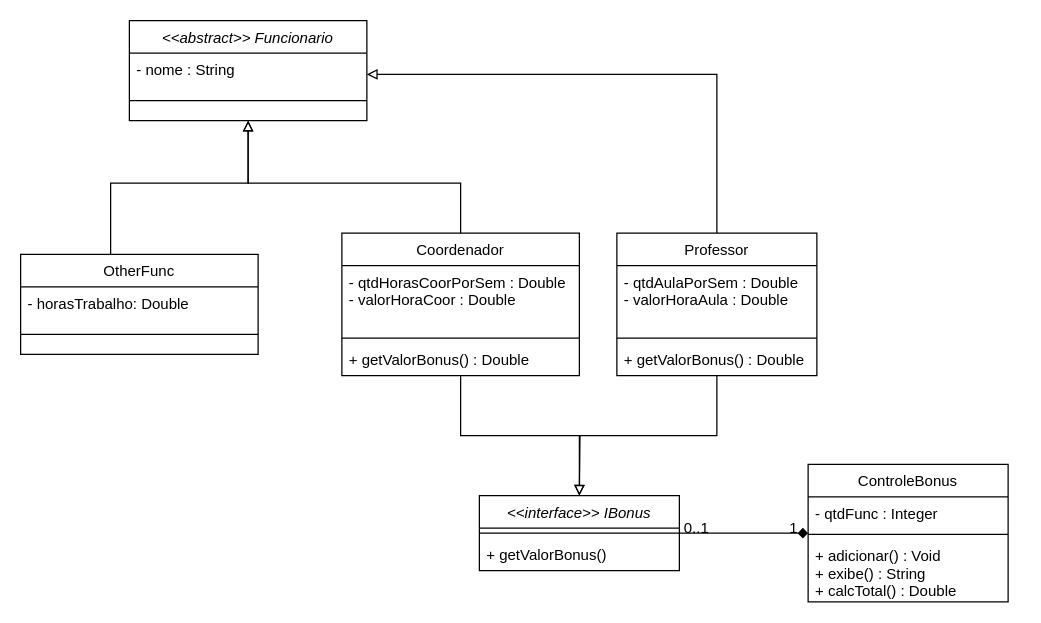
The draw.io diagram Estrutura de Dados/Diagrama sem nome.drawio in Sant-Thiago/Estudos, before the edit. Source tidied: cells renumbered, new cells numbered last; positions are measured from the earlier drawing's top-left corner, leaving out a move shared by most shapes. Both pictures are drawn from the tidied source at 125%, with x=0, y=0 at pixel (20, 20).
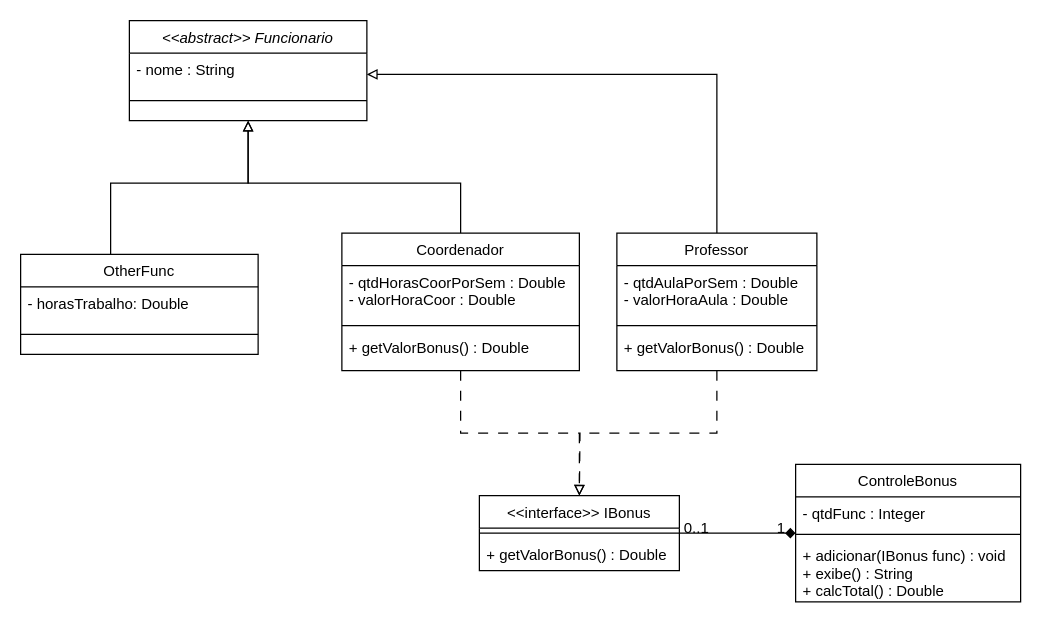
After the change.

The edit, as a diff of the source:
```diff
@@
-    <mxCell id="2" style="edgeStyle=orthogonalEdgeStyle;rounded=0;jettySize=auto;html=1;endArrow=block;endFill=0;" parent="1" edge="1" source="7" target="3">
+    <mxCell id="2" style="edgeStyle=orthogonalEdgeStyle;rounded=0;jettySize=auto;html=1;endArrow=block;endFill=0;dashed=1;dashPattern=8 8;" parent="1" edge="1" source="7" target="3">
       <mxGeometry relative="1" as="geometry" />
     </mxCell>
-    <mxCell id="3" value="&lt;&lt;interface&gt;&gt; IBonus&#10;" style="swimlane;fontStyle=2;align=center;verticalAlign=top;horizontal=1;startSize=26;rounded=0;shadow=0;strokeWidth=1;" parent="1" vertex="1">
+    <mxCell id="3" value="&lt;&lt;interface&gt;&gt; IBonus" style="swimlane;fontStyle=0;align=center;verticalAlign=top;horizontal=1;startSize=26;rounded=0;shadow=0;strokeWidth=1;" parent="1" vertex="1">
       <mxGeometry x="367" y="380" width="160" height="60" as="geometry" />
     </mxCell>
@@
-    <mxCell id="5" value="+ getValorBonus()" style="text;align=left;verticalAlign=top;spacingLeft=4;spacingRight=4;overflow=hidden;" parent="3" vertex="1">
+    <mxCell id="5" value="+ getValorBonus() : Double" style="text;align=left;verticalAlign=top;spacingLeft=4;spacingRight=4;overflow=hidden;" parent="3" vertex="1">
       <mxGeometry y="34" width="160" height="26" as="geometry" />
     </mxCell>
@@
     <mxCell id="7" value="Professor" style="swimlane;fontStyle=0;align=center;verticalAlign=top;horizontal=1;startSize=26;rounded=0;shadow=0;strokeWidth=1;" parent="1" vertex="1">
-      <mxGeometry x="477" y="170" width="160" height="114" as="geometry" />
+      <mxGeometry x="477" y="170" width="160" height="110" as="geometry" />
     </mxCell>
     <mxCell id="8" value="- qtdAulaPorSem : Double&#10;- valorHoraAula : Double" style="text;align=left;verticalAlign=top;spacingLeft=4;spacingRight=4;overflow=hidden;" parent="7" vertex="1">
-      <mxGeometry y="26" width="160" height="54" as="geometry" />
+      <mxGeometry y="26" width="160" height="44" as="geometry" />
     </mxCell>
     <mxCell id="9" style="line;html=1;strokeWidth=1;align=left;verticalAlign=middle;spacingTop=-1;spacingLeft=3;spacingRight=3;labelPosition=right;" parent="7" vertex="1">
-      <mxGeometry y="80" width="160" height="8" as="geometry" />
+      <mxGeometry y="70" width="160" height="8" as="geometry" />
     </mxCell>
     <mxCell id="10" value="+ getValorBonus() : Double" style="text;align=left;verticalAlign=top;spacingLeft=4;spacingRight=4;overflow=hidden;" parent="7" vertex="1">
-      <mxGeometry y="88" width="160" height="26" as="geometry" />
+      <mxGeometry y="78" width="160" height="32" as="geometry" />
     </mxCell>
     <mxCell id="11" value="ControleBonus" style="swimlane;fontStyle=0;align=center;verticalAlign=top;horizontal=1;startSize=26;rounded=0;shadow=0;strokeWidth=1;" parent="1" vertex="1">
-      <mxGeometry x="630" y="355" width="160" height="110" as="geometry" />
+      <mxGeometry x="620" y="355" width="180" height="110" as="geometry" />
     </mxCell>
     <mxCell id="12" value="- qtdFunc : Integer" style="text;align=left;verticalAlign=top;spacingLeft=4;spacingRight=4;overflow=hidden;rounded=0;shadow=0;html=0;" parent="11" vertex="1">
-      <mxGeometry y="26" width="160" height="26" as="geometry" />
+      <mxGeometry y="26" width="180" height="26" as="geometry" />
     </mxCell>
     <mxCell id="13" style="line;html=1;strokeWidth=1;align=left;verticalAlign=middle;spacingTop=-1;spacingLeft=3;spacingRight=3;labelPosition=right;" parent="11" vertex="1">
-      <mxGeometry y="52" width="160" height="8" as="geometry" />
+      <mxGeometry y="52" width="180" height="8" as="geometry" />
     </mxCell>
-    <mxCell id="14" value="+ adicionar() : Void&#10;+ exibe() : String&#10;+ calcTotal() : Double" style="text;align=left;verticalAlign=top;spacingLeft=4;spacingRight=4;overflow=hidden;" parent="11" vertex="1">
-      <mxGeometry y="60" width="160" height="50" as="geometry" />
+    <mxCell id="14" value="+ adicionar(IBonus func) : void&#10;+ exibe() : String&#10;+ calcTotal() : Double" style="text;align=left;verticalAlign=top;spacingLeft=4;spacingRight=4;overflow=hidden;" parent="11" vertex="1">
+      <mxGeometry y="60" width="180" height="50" as="geometry" />
     </mxCell>
@@
-    <mxCell id="19" style="edgeStyle=orthogonalEdgeStyle;rounded=0;jettySize=auto;html=1;endArrow=block;endFill=0;" parent="1" edge="1" source="20">
+    <mxCell id="19" style="edgeStyle=orthogonalEdgeStyle;rounded=0;jettySize=auto;html=1;endArrow=block;endFill=0;dashed=1;dashPattern=8 8;" parent="1" edge="1" source="20">
       <mxGeometry relative="1" as="geometry">
         <mxPoint x="447" y="380" as="targetPoint" />
       </mxGeometry>
     </mxCell>
     <mxCell id="20" value="Coordenador" style="swimlane;fontStyle=0;align=center;verticalAlign=top;horizontal=1;startSize=26;rounded=0;shadow=0;strokeWidth=1;" parent="1" vertex="1">
-      <mxGeometry x="257" y="170" width="190" height="114" as="geometry" />
+      <mxGeometry x="257" y="170" width="190" height="110" as="geometry" />
     </mxCell>
     <mxCell id="21" value="- qtdHorasCoorPorSem : Double&#10;- valorHoraCoor : Double" style="text;align=left;verticalAlign=top;spacingLeft=4;spacingRight=4;overflow=hidden;" parent="20" vertex="1">
-      <mxGeometry y="26" width="190" height="54" as="geometry" />
+      <mxGeometry y="26" width="190" height="44" as="geometry" />
     </mxCell>
     <mxCell id="22" style="line;html=1;strokeWidth=1;align=left;verticalAlign=middle;spacingTop=-1;spacingLeft=3;spacingRight=3;labelPosition=right;" parent="20" vertex="1">
-      <mxGeometry y="80" width="190" height="8" as="geometry" />
+      <mxGeometry y="70" width="190" height="8" as="geometry" />
     </mxCell>
     <mxCell id="23" value="+ getValorBonus() : Double" style="text;align=left;verticalAlign=top;spacingLeft=4;spacingRight=4;overflow=hidden;" parent="20" vertex="1">
-      <mxGeometry y="88" width="190" height="26" as="geometry" />
+      <mxGeometry y="78" width="190" height="26" as="geometry" />
     </mxCell>
```
